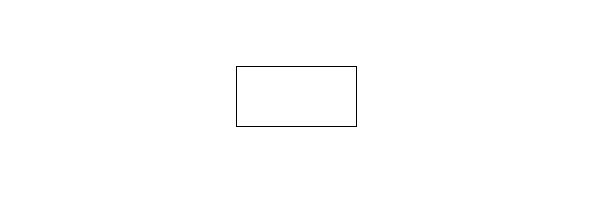
Above: 未命名绘图.drawio in tlztanluhe/4455 (draw.io), before the change. Source tidied: cells renumbered, new cells numbered last; positions are measured from the earlier drawing's top-left corner, leaving out a move shared by most shapes. Both pictures are drawn from the tidied source at 100%, with x=0, y=0 at pixel (236, 66).
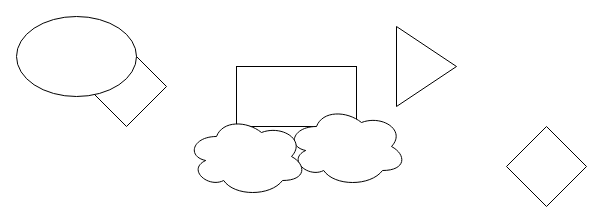
Above is the later version.

Commit message (it also covers changes not shown here):
更新未命名绘图.drawio

Diff of the diagram source:
```diff
@@
 <mxGraphModel>
   <root>
     <mxCell id="0" />
     <mxCell id="1" parent="0" />
     <mxCell id="2" style="rounded=0;whiteSpace=wrap;html=1;" parent="1" vertex="1">
       <mxGeometry width="120" height="60" as="geometry" />
     </mxCell>
+    <mxCell id="3" style="rhombus;whiteSpace=wrap;html=1;" parent="1" vertex="1">
+      <mxGeometry x="270" y="60" width="80" height="80" as="geometry" />
+    </mxCell>
+    <mxCell id="4" style="ellipse;shape=cloud;whiteSpace=wrap;html=1;" parent="1" vertex="1">
+      <mxGeometry x="50" y="40" width="120" height="80" as="geometry" />
+    </mxCell>
+    <mxCell id="5" style="ellipse;shape=cloud;whiteSpace=wrap;html=1;" parent="1" vertex="1">
+      <mxGeometry x="-50" y="50" width="120" height="80" as="geometry" />
+    </mxCell>
+    <mxCell id="6" style="triangle;whiteSpace=wrap;html=1;" parent="1" vertex="1">
+      <mxGeometry x="160" y="-40" width="60" height="80" as="geometry" />
+    </mxCell>
+    <mxCell id="7" style="rhombus;whiteSpace=wrap;html=1;" parent="1" vertex="1">
+      <mxGeometry x="-150" y="-20" width="80" height="80" as="geometry" />
+    </mxCell>
+    <mxCell id="8" style="ellipse;whiteSpace=wrap;html=1;" parent="1" vertex="1">
+      <mxGeometry x="-220" y="-50" width="120" height="80" as="geometry" />
+    </mxCell>
   </root>
 </mxGraphModel>
```
